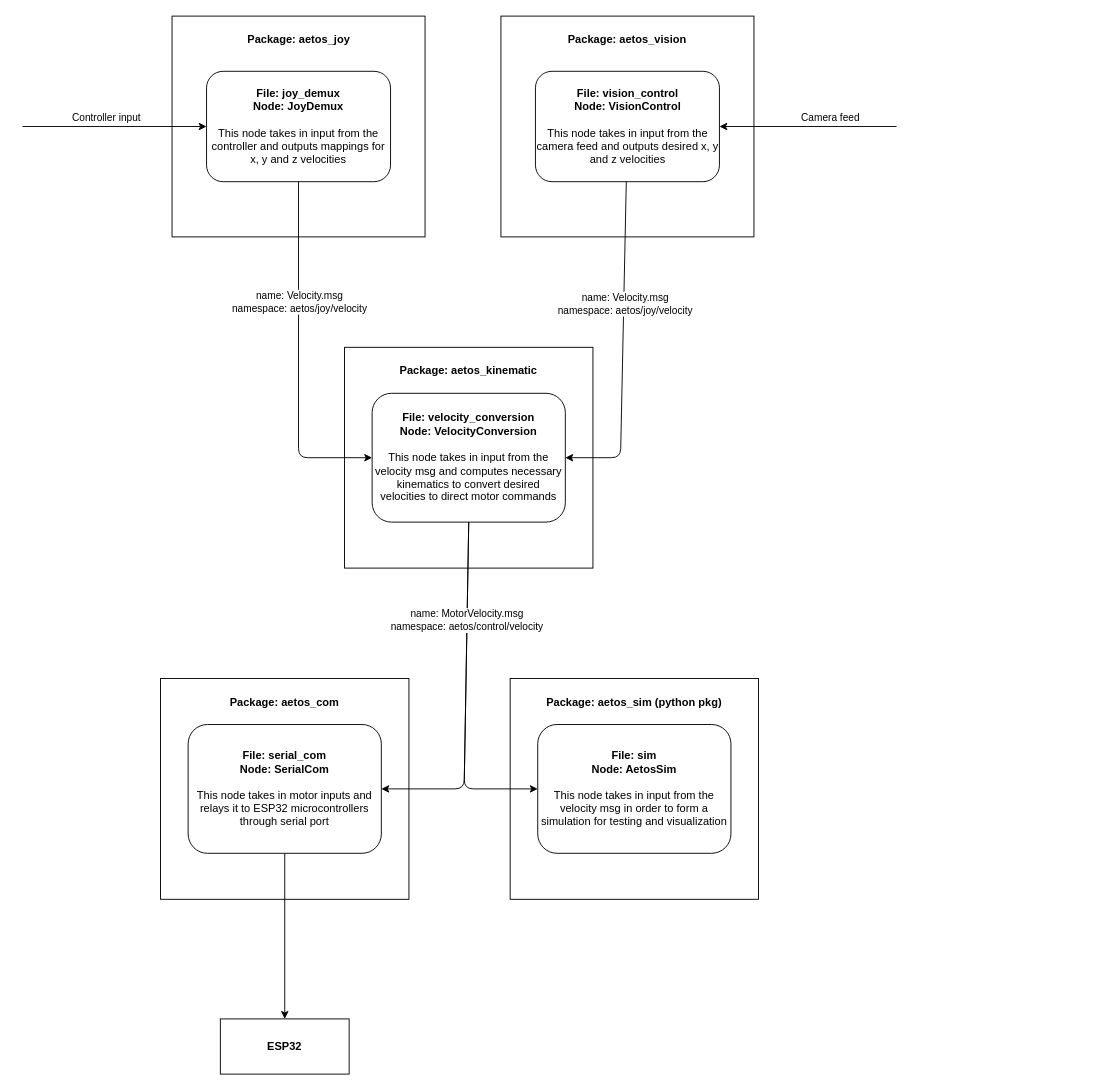
Projet-S4-MDM/Aetos keeps this draw.io diagram as ros2_ws/src/architecture.drawio. Above is the earlier version. Source tidied: cells renumbered, new cells numbered last; positions are measured from the earlier drawing's top-left corner, leaving out a move shared by most shapes. Both pictures are drawn from the tidied source at 92%, with x=0, y=0 at pixel (22, 16).
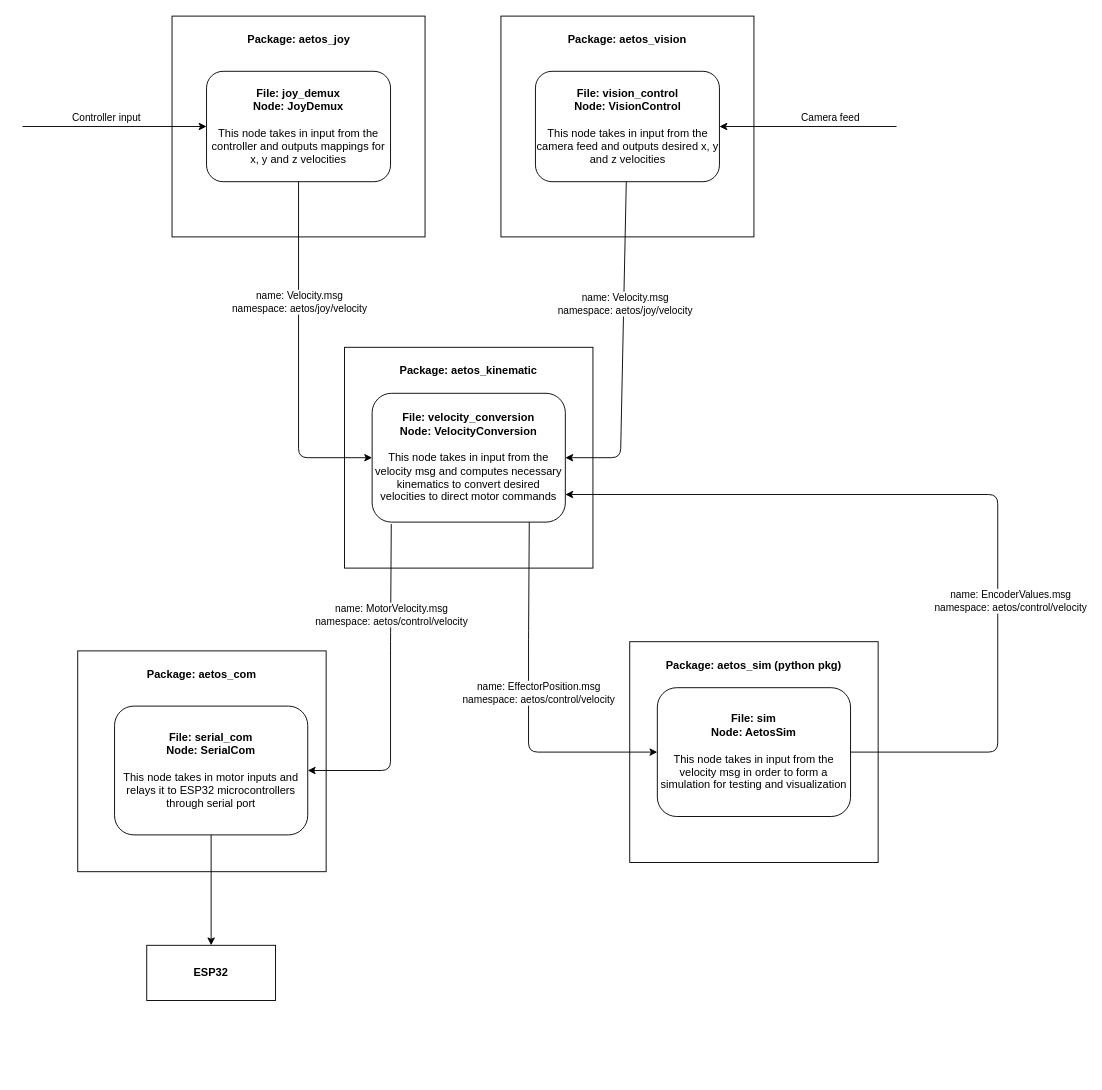
The same page after the edit.

Unchanged cells that the change refers to:
```xml
<mxCell id="12" value="&lt;b&gt;File: velocity_conversion&lt;br&gt;Node: VelocityConversion&lt;br&gt;&lt;/b&gt;&lt;br&gt;This node takes in input from the velocity msg and computes necessary kinematics to convert desired velocities to direct motor commands" style="rounded=1;whiteSpace=wrap;html=1;" parent="1" vertex="1">
  <mxGeometry x="380" y="410" width="210" height="140" as="geometry" />
</mxCell>
```

What changed in the source:
```diff
@@
     <mxCell id="2" value="&lt;p style=&quot;&quot;&gt;&lt;b&gt;Package: aetos_sim (python pkg)&lt;/b&gt;&lt;/p&gt;" style="whiteSpace=wrap;html=1;align=center;horizontal=1;verticalAlign=top;" parent="1" vertex="1">
-      <mxGeometry x="530" y="720" width="270" height="240" as="geometry" />
+      <mxGeometry x="660" y="680" width="270" height="240" as="geometry" />
     </mxCell>
     <mxCell id="3" value="&lt;p style=&quot;&quot;&gt;&lt;b&gt;Package: aetos_com&lt;/b&gt;&lt;/p&gt;" style="whiteSpace=wrap;html=1;align=center;horizontal=1;verticalAlign=top;" parent="1" vertex="1">
-      <mxGeometry x="150" y="720" width="270" height="240" as="geometry" />
+      <mxGeometry x="60" y="690" width="270" height="240" as="geometry" />
     </mxCell>
@@
-    <mxCell id="9" style="edgeStyle=none;html=1;exitX=0.5;exitY=1;exitDx=0;exitDy=0;entryX=1;entryY=0.5;entryDx=0;entryDy=0;" parent="1" edge="1" source="12" target="16">
+    <mxCell id="9" style="edgeStyle=none;html=1;entryX=1;entryY=0.5;entryDx=0;entryDy=0;exitX=0.099;exitY=1.015;exitDx=0;exitDy=0;exitPerimeter=0;" parent="1" edge="1" source="12" target="16">
       <mxGeometry relative="1" as="geometry">
         <Array as="points">
-          <mxPoint x="480" y="840" />
+          <mxPoint x="400" y="680" />
+          <mxPoint x="400" y="820" />
         </Array>
       </mxGeometry>
     </mxCell>
-    <mxCell id="10" style="edgeStyle=none;html=1;exitX=0.5;exitY=1;exitDx=0;exitDy=0;entryX=0;entryY=0.5;entryDx=0;entryDy=0;" parent="1" edge="1" source="12" target="23">
-      <mxGeometry relative="1" as="geometry">
-        <Array as="points">
-          <mxPoint x="480" y="840" />
-        </Array>
-      </mxGeometry>
-    </mxCell>
-    <mxCell id="11" value="name: MotorVelocity.msg&lt;br&gt;namespace: aetos/control/velocity" style="edgeLabel;html=1;align=center;verticalAlign=middle;" parent="10" vertex="1">
-      <mxGeometry x="-0.42" y="-1" relative="1" as="geometry" />
-    </mxCell>
@@
     <mxCell id="16" value="&lt;b&gt;File: serial_com&lt;br&gt;Node: SerialCom&lt;br&gt;&lt;/b&gt;&lt;br&gt;This node takes in motor inputs and relays it to ESP32 microcontrollers through serial port" style="rounded=1;whiteSpace=wrap;html=1;" parent="1" vertex="1">
-      <mxGeometry x="180" y="770" width="210" height="140" as="geometry" />
+      <mxGeometry x="100" y="750" width="210" height="140" as="geometry" />
     </mxCell>
@@
     <mxCell id="23" value="&lt;b&gt;File: sim&lt;br&gt;Node: AetosSim&lt;br&gt;&lt;/b&gt;&lt;br&gt;This node takes in input from the velocity msg in order to form a simulation for testing and visualization" style="rounded=1;whiteSpace=wrap;html=1;" parent="1" vertex="1">
-      <mxGeometry x="560" y="770" width="210" height="140" as="geometry" />
+      <mxGeometry x="690" y="730" width="210" height="140" as="geometry" />
     </mxCell>
     <mxCell id="24" value="&lt;b&gt;ESP32&lt;/b&gt;" style="whiteSpace=wrap;html=1;" parent="1" vertex="1">
-      <mxGeometry x="215" y="1090" width="140" height="60" as="geometry" />
+      <mxGeometry x="135" y="1010" width="140" height="60" as="geometry" />
     </mxCell>
+    <mxCell id="11" value="name: MotorVelocity.msg&lt;br&gt;namespace: aetos/control/velocity" style="edgeLabel;html=1;align=center;verticalAlign=middle;" parent="1" vertex="1">
+      <mxGeometry x="400" y="650" as="geometry" />
+    </mxCell>
+    <mxCell id="25" style="edgeStyle=none;html=1;exitX=0.099;exitY=1.015;exitDx=0;exitDy=0;exitPerimeter=0;" parent="1" edge="1" target="23">
+      <mxGeometry relative="1" as="geometry">
+        <mxPoint x="550.8" y="550" as="sourcePoint" />
+        <Array as="points">
+          <mxPoint x="550" y="677.9" />
+          <mxPoint x="550" y="800" />
+        </Array>
+      </mxGeometry>
+    </mxCell>
+    <mxCell id="26" value="name: EffectorPosition.msg&lt;br&gt;namespace: aetos/control/velocity" style="edgeLabel;html=1;align=center;verticalAlign=middle;" parent="1" vertex="1">
+      <mxGeometry x="557.5" y="730" as="geometry">
+        <mxPoint x="3" y="5" as="offset" />
+      </mxGeometry>
+    </mxCell>
+    <mxCell id="27" style="edgeStyle=none;html=1;exitX=1;exitY=0.5;exitDx=0;exitDy=0;" parent="1" edge="1" source="23">
+      <mxGeometry relative="1" as="geometry">
+        <mxPoint x="590" y="520" as="targetPoint" />
+        <Array as="points">
+          <mxPoint x="1060" y="800" />
+          <mxPoint x="1060" y="520" />
+        </Array>
+      </mxGeometry>
+    </mxCell>
+    <mxCell id="28" value="name: EncoderValues.msg&lt;br&gt;namespace: aetos/control/velocity" style="edgeLabel;html=1;align=center;verticalAlign=middle;" parent="1" vertex="1">
+      <mxGeometry x="1070" y="630" as="geometry">
+        <mxPoint x="3" y="5" as="offset" />
+      </mxGeometry>
+    </mxCell>
```
